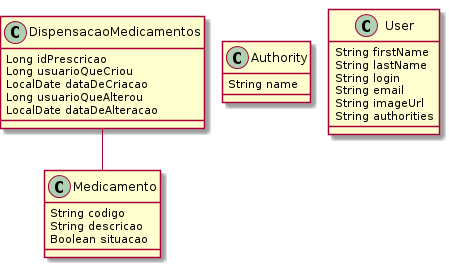
The PlantUML diagram farmacia/farmacia.png in BasisTI/madre, before a commit.
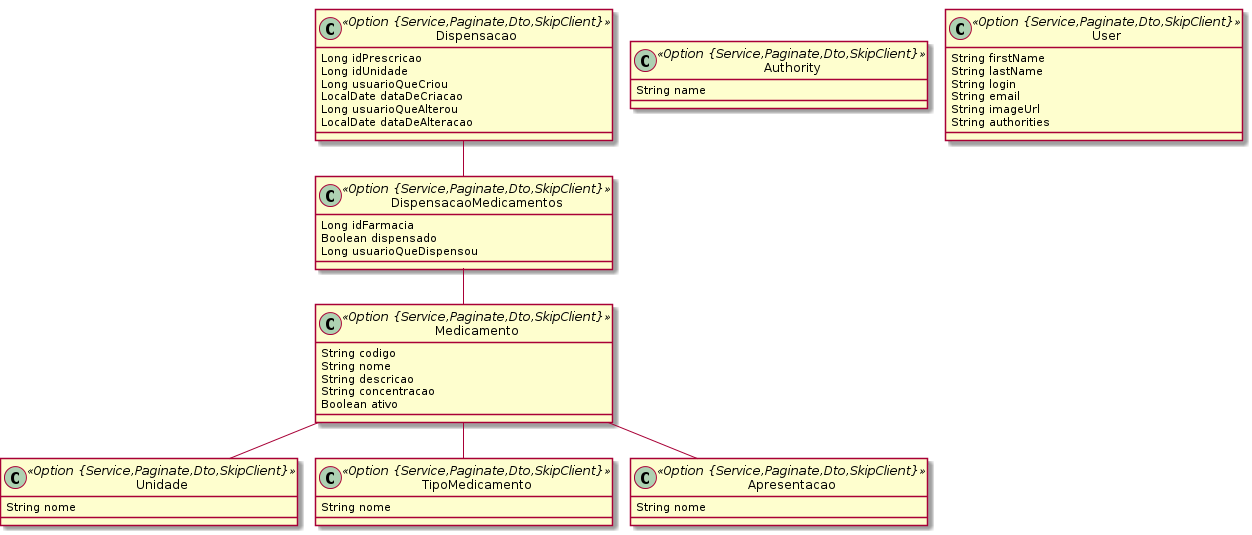
After the commit.

Commit message:
adiciona modelo jdl

Change to the diagram source:
```diff
@@ -1,23 +1,44 @@
 @startuml
 	!pragma graphviz_dot jdot
 	!pragma syntax class
-	class DispensacaoMedicamentos  {
+	class Dispensacao <<Option {Service,Paginate,Dto,SkipClient}>> {
 		Long idPrescricao
+		Long idUnidade
 		Long usuarioQueCriou
 		LocalDate dataDeCriacao
 		Long usuarioQueAlterou
 		LocalDate dataDeAlteracao
 	}
-	class Medicamento  {
+	class DispensacaoMedicamentos <<Option {Service,Paginate,Dto,SkipClient}>> {
+		Long idFarmacia
+		Boolean dispensado
+		Long usuarioQueDispensou
+	}
+	class Medicamento <<Option {Service,Paginate,Dto,SkipClient}>> {
 		String codigo
+		String nome
 		String descricao
-		Boolean situacao
+		String concentracao
+		Boolean ativo
 	}
-	DispensacaoMedicamentos  "medicamentos 0..* " o--o "0..* "  Medicamento
-	class Authority  {
+	class Unidade <<Option {Service,Paginate,Dto,SkipClient}>> {
+		String nome
+	}
+	class TipoMedicamento <<Option {Service,Paginate,Dto,SkipClient}>> {
+		String nome
+	}
+	class Apresentacao <<Option {Service,Paginate,Dto,SkipClient}>> {
+		String nome
+	}
+	Dispensacao  "dispensacaoMedicamentos 0..1 " --o "0..* "  DispensacaoMedicamentos
+	DispensacaoMedicamentos  "medicamentos 0..* " o-- "0..1 "  Medicamento
+	Medicamento  "tipoMedicamento 0..* " o-- "0..1 "  TipoMedicamento
+	Medicamento  "apresentacao 0..* " o-- "0..1 "  Apresentacao
+	Medicamento  "unidade 0..* " o-- "0..1 "  Unidade
+	class Authority <<Option {Service,Paginate,Dto,SkipClient}>> {
 		String name
 	}
-	class User  {
+	class User <<Option {Service,Paginate,Dto,SkipClient}>> {
 		String firstName
 		String lastName
 		String login
```
